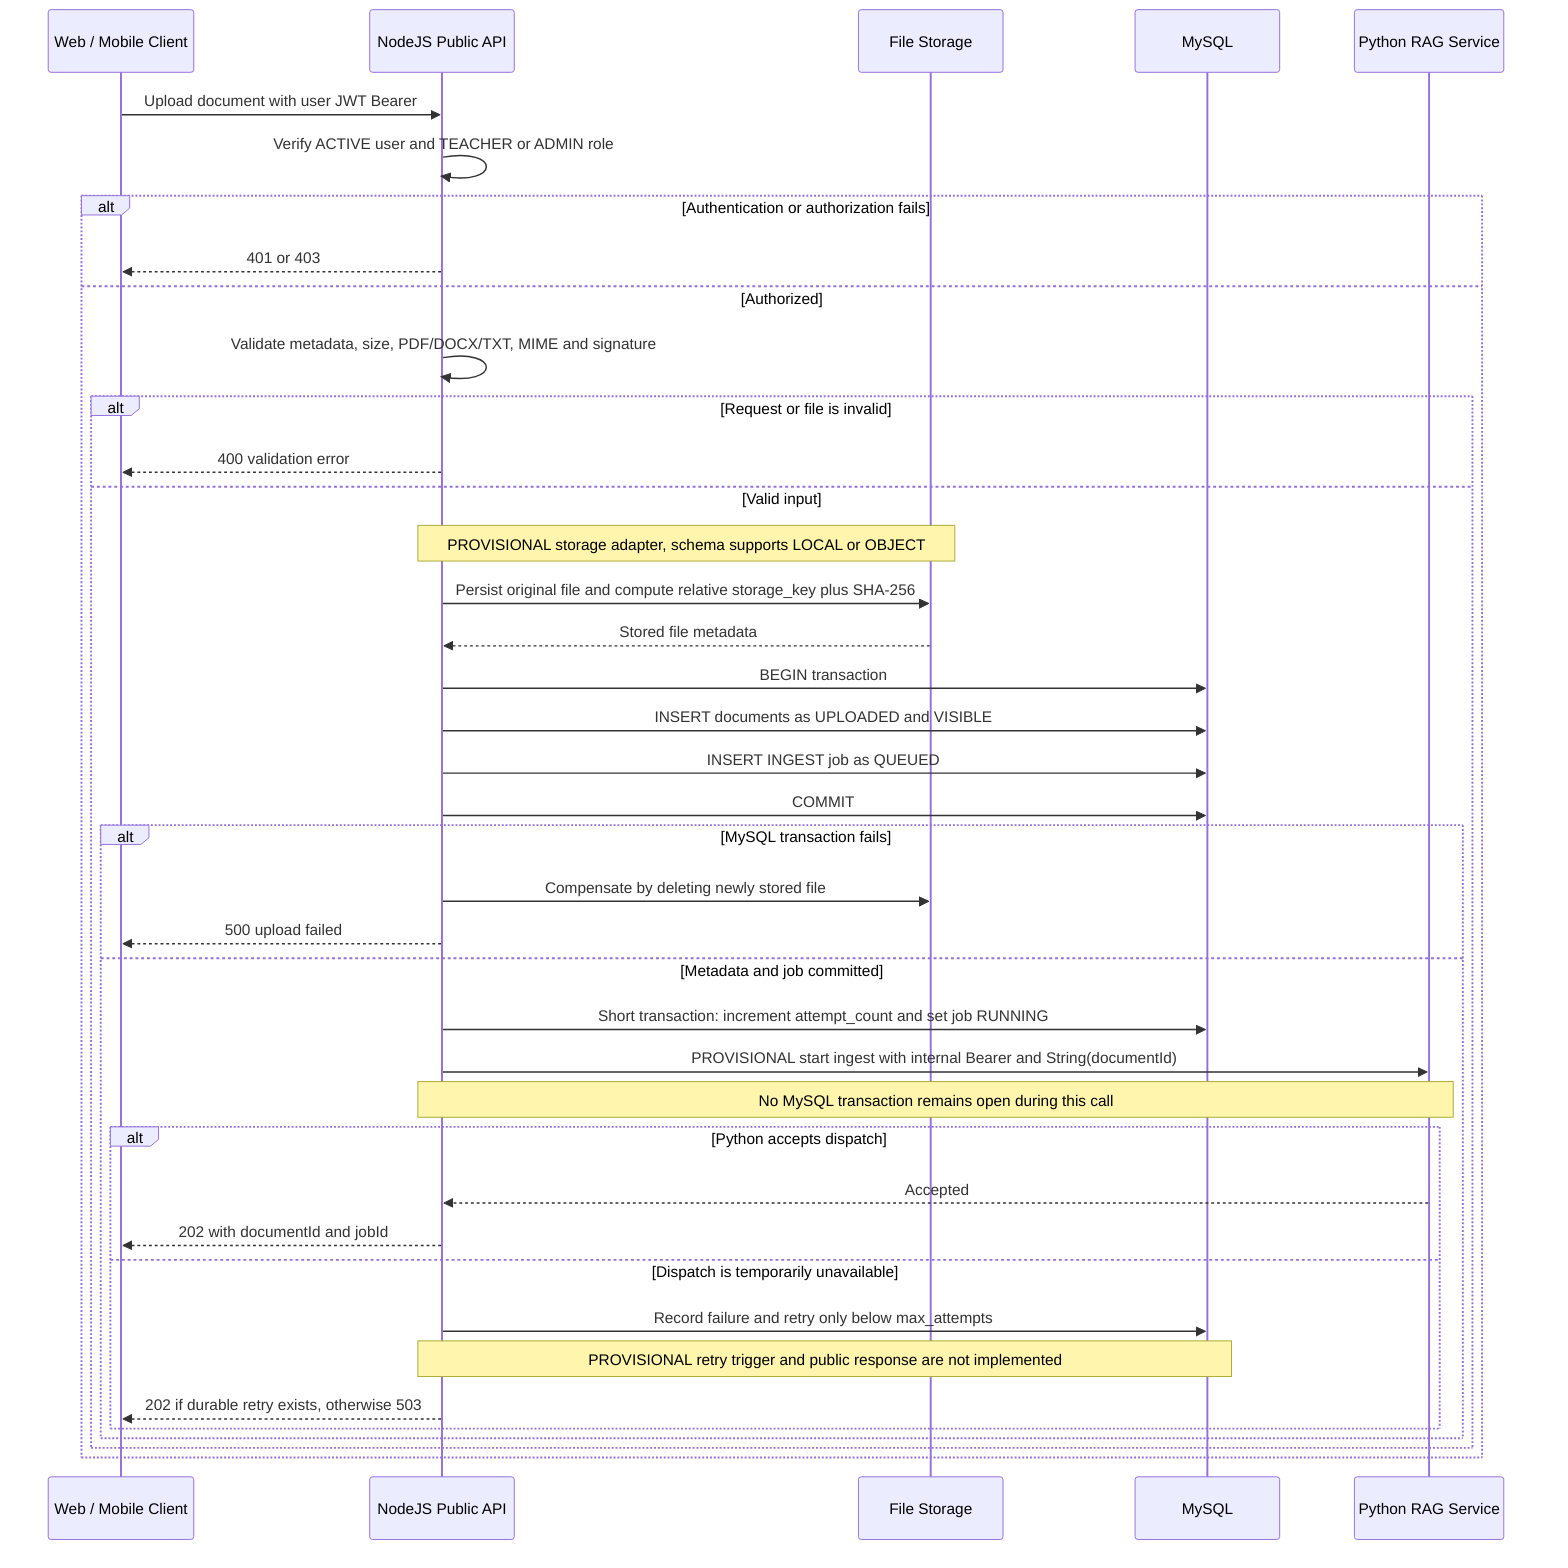
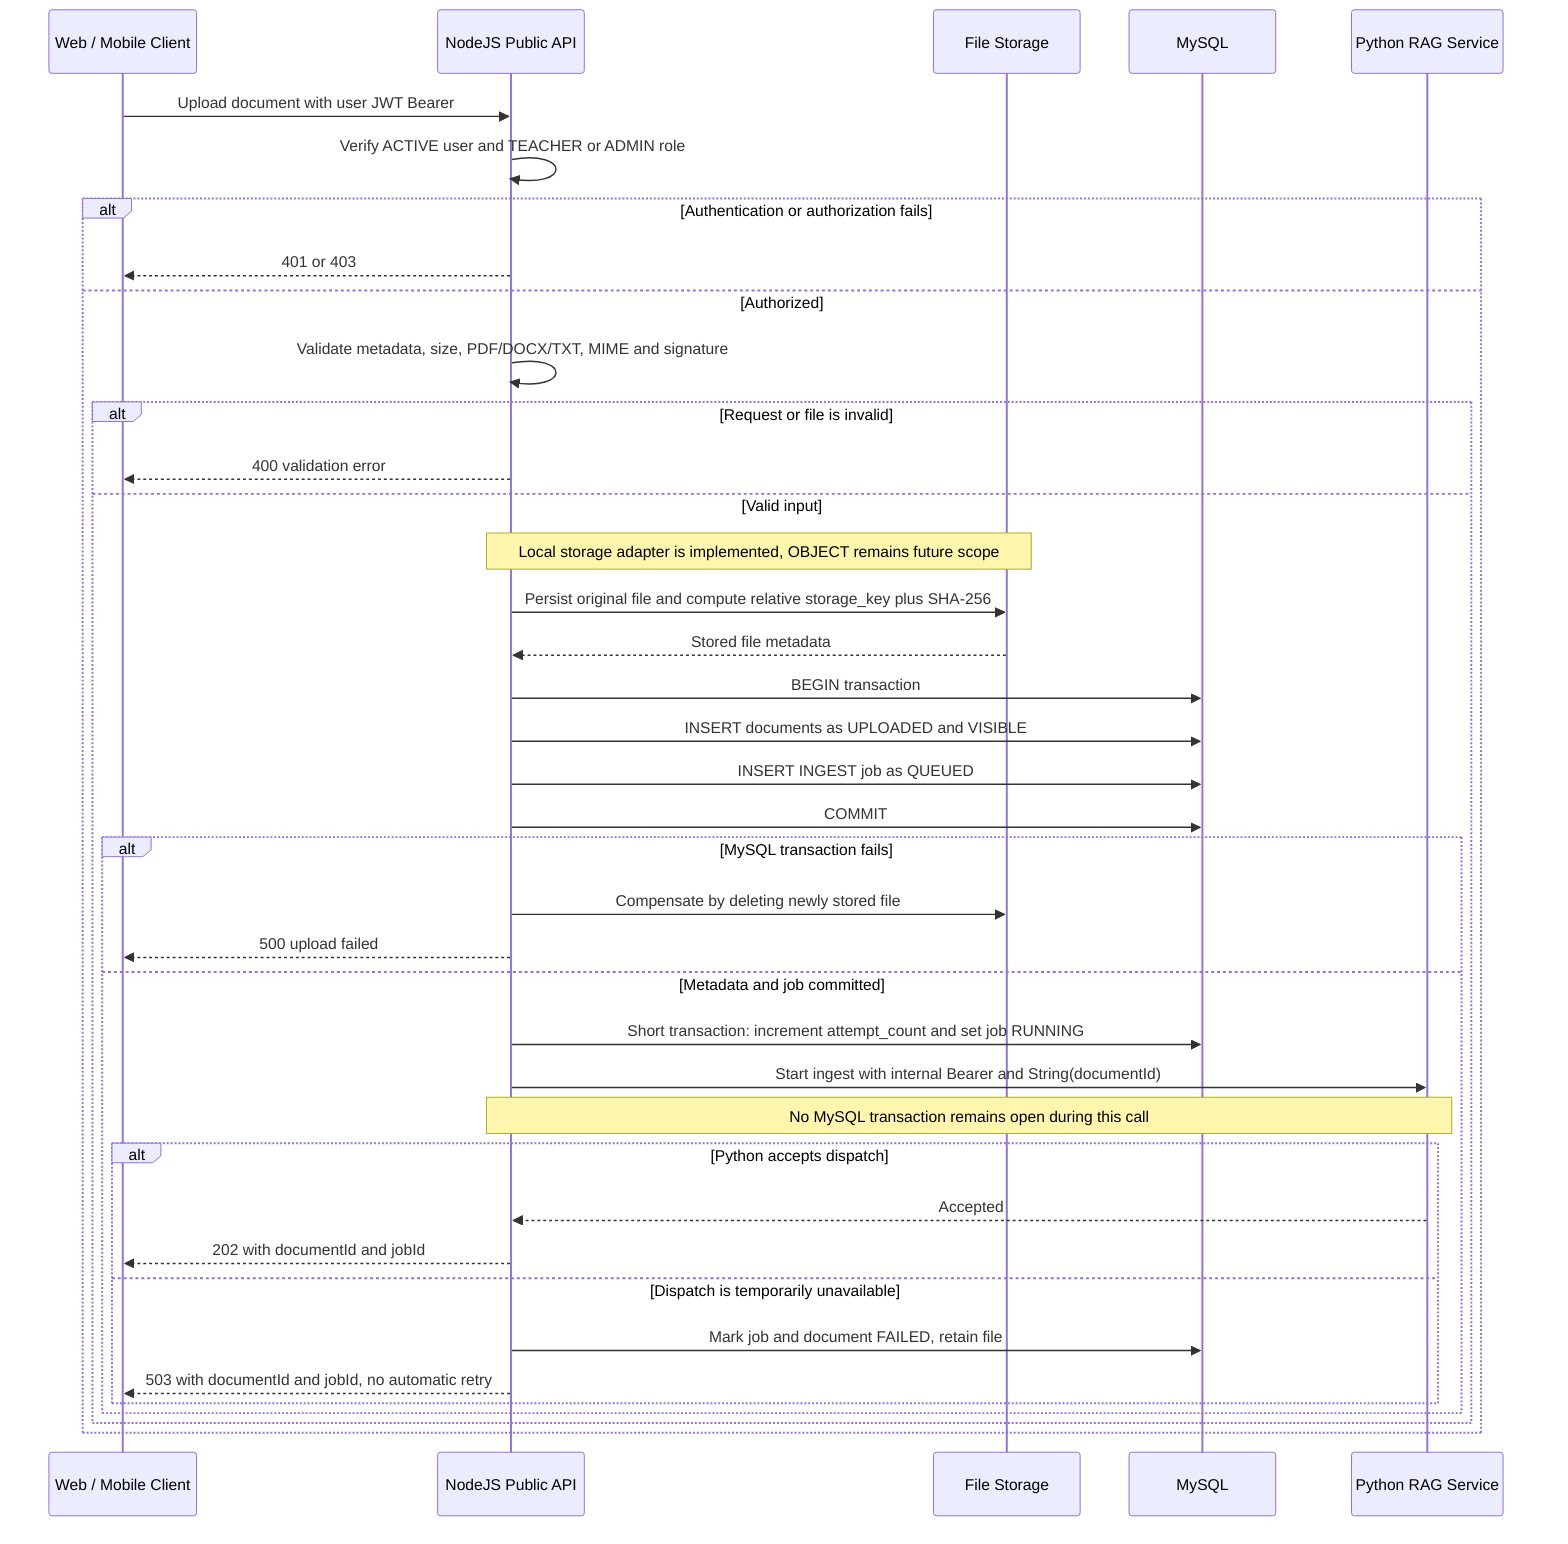
- %% 01 Document upload | Status: PROVISIONAL contract, reviewed against schema 1.0.0
+ %% 01 Document upload | Status: MVP IMPLEMENTED
sequenceDiagram
  participant Client as Web / Mobile Client
  participant Node as NodeJS Public API
  participant Store as File Storage
  participant DB as MySQL
  participant RAG as Python RAG Service

  Client->>Node: Upload document with user JWT Bearer
  Node->>Node: Verify ACTIVE user and TEACHER or ADMIN role
  alt Authentication or authorization fails
    Node-->>Client: 401 or 403
  else Authorized
    Node->>Node: Validate metadata, size, PDF/DOCX/TXT, MIME and signature
    alt Request or file is invalid
      Node-->>Client: 400 validation error
    else Valid input
-       Note over Node,Store: PROVISIONAL storage adapter, schema supports LOCAL or OBJECT
+       Note over Node,Store: Local storage adapter is implemented, OBJECT remains future scope
      Node->>Store: Persist original file and compute relative storage_key plus SHA-256
      Store-->>Node: Stored file metadata
      Node->>DB: BEGIN transaction
      Node->>DB: INSERT documents as UPLOADED and VISIBLE
      Node->>DB: INSERT INGEST job as QUEUED
      Node->>DB: COMMIT
      alt MySQL transaction fails
        Node->>Store: Compensate by deleting newly stored file
        Node-->>Client: 500 upload failed
      else Metadata and job committed
        Node->>DB: Short transaction: increment attempt_count and set job RUNNING
-         Node->>RAG: PROVISIONAL start ingest with internal Bearer and String(documentId)
+         Node->>RAG: Start ingest with internal Bearer and String(documentId)
        Note over Node,RAG: No MySQL transaction remains open during this call
        alt Python accepts dispatch
          RAG-->>Node: Accepted
          Node-->>Client: 202 with documentId and jobId
        else Dispatch is temporarily unavailable
-           Node->>DB: Record failure and retry only below max_attempts
-           Note over Node,DB: PROVISIONAL retry trigger and public response are not implemented
-           Node-->>Client: 202 if durable retry exists, otherwise 503
+           Node->>DB: Mark job and document FAILED, retain file
+           Node-->>Client: 503 with documentId and jobId, no automatic retry
        end
      end
    end
  end
